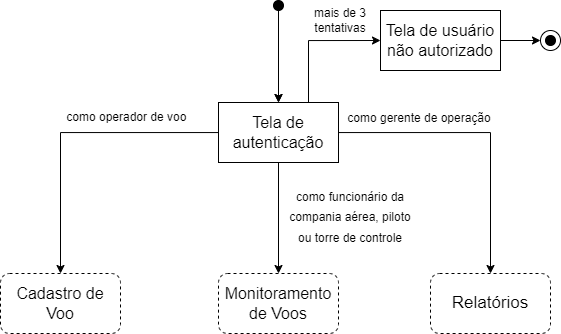
Before: docs/images/diagrama_navegacao_geral.png, a diagram exported from draw.io (franos-pj/PCS3643-Grupo7). Source tidied: cells renumbered, new cells last; positions are measured from the earlier drawing's top-left corner, leaving out a move shared by most shapes.
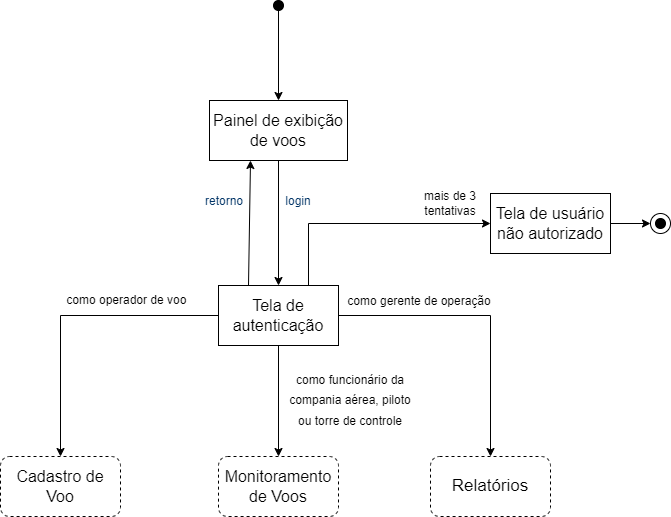
The same diagram one commit later.

What changed in the source:
```diff
@@ -30,13 +30,8 @@
     <mxCell id="9" value="&lt;span style=&quot;font-size: 17px;&quot;&gt;Relatórios&lt;/span&gt;" style="rounded=1;whiteSpace=wrap;html=1;dashed=1;" parent="1" vertex="1">
       <mxGeometry x="430" y="273" width="120" height="60" as="geometry" />
     </mxCell>
-    <mxCell id="10" style="endArrow=classic;html=1;rounded=0;fontSize=17;edgeStyle=orthogonalEdgeStyle;entryX=0.5;entryY=0;entryDx=0;entryDy=0;" parent="1" edge="1" target="6">
-      <mxGeometry relative="1" as="geometry">
-        <mxPoint x="278" y="11" as="sourcePoint" />
-        <Array as="points">
-          <mxPoint x="278" y="11" />
-        </Array>
-      </mxGeometry>
+    <mxCell id="10" style="endArrow=classic;html=1;rounded=0;fontSize=17;edgeStyle=orthogonalEdgeStyle;entryX=0.5;entryY=0;entryDx=0;entryDy=0;exitX=0.5;exitY=1;exitDx=0;exitDy=0;" parent="1" edge="1" source="21" target="6">
+      <mxGeometry relative="1" as="geometry" />
     </mxCell>
     <mxCell id="11" value="&lt;font style=&quot;font-size: 12px;&quot;&gt;como operador de voo&amp;nbsp;&lt;/font&gt;" style="text;html=1;strokeColor=none;fillColor=none;align=center;verticalAlign=middle;whiteSpace=wrap;rounded=0;fontSize=17;" parent="1" vertex="1">
       <mxGeometry x="38" y="101" width="180" height="30" as="geometry" />
@@ -47,26 +42,40 @@
     <mxCell id="13" value="&lt;font style=&quot;font-size: 12px;&quot;&gt;como funcionário da compania aérea, piloto ou torre de controle&lt;/font&gt;" style="text;html=1;strokeColor=none;fillColor=none;align=center;verticalAlign=middle;whiteSpace=wrap;rounded=0;fontSize=17;" parent="1" vertex="1">
       <mxGeometry x="280" y="171" width="140" height="90" as="geometry" />
     </mxCell>
-    <mxCell id="14" style="edgeStyle=orthogonalEdgeStyle;rounded=0;jettySize=auto;html=1;fontSize=14;" parent="1" edge="1" source="15" target="6">
+    <mxCell id="14" style="edgeStyle=orthogonalEdgeStyle;rounded=0;jettySize=auto;html=1;fontSize=14;entryX=0.5;entryY=0;entryDx=0;entryDy=0;" parent="1" edge="1" source="15" target="21">
       <mxGeometry relative="1" as="geometry" />
     </mxCell>
     <mxCell id="15" style="ellipse;whiteSpace=wrap;html=1;rounded=0;fontSize=14;gradientColor=none;fillColor=#000000;" parent="1" vertex="1">
-      <mxGeometry x="273" width="10" height="10" as="geometry" />
+      <mxGeometry x="273" y="-183" width="10" height="10" as="geometry" />
     </mxCell>
     <mxCell id="16" value="&lt;span style=&quot;color: rgb(0, 0, 0); font-weight: 400;&quot;&gt;mais de 3 tentativas&lt;/span&gt;" style="text;html=1;strokeColor=none;fillColor=none;align=center;verticalAlign=middle;whiteSpace=wrap;rounded=0;fontColor=#003366;fontStyle=1;" parent="1" vertex="1">
-      <mxGeometry x="290" width="100" height="40.5" as="geometry" />
+      <mxGeometry x="400" width="100" height="40.5" as="geometry" />
     </mxCell>
     <mxCell id="17" style="ellipse;whiteSpace=wrap;html=1;fillColor=none;" parent="1" vertex="1">
-      <mxGeometry x="540" y="30" width="20" height="20" as="geometry" />
+      <mxGeometry x="650" y="30" width="20" height="20" as="geometry" />
     </mxCell>
     <mxCell id="18" style="ellipse;whiteSpace=wrap;html=1;rounded=0;fontSize=14;gradientColor=none;fillColor=#000000;" parent="1" vertex="1">
-      <mxGeometry x="545" y="35" width="10" height="10" as="geometry" />
+      <mxGeometry x="655" y="35" width="10" height="10" as="geometry" />
     </mxCell>
     <mxCell id="19" style="edgeStyle=orthogonalEdgeStyle;rounded=0;jettySize=auto;html=1;exitX=1;exitY=0.5;exitDx=0;exitDy=0;entryX=0;entryY=0.5;entryDx=0;entryDy=0;fontSize=12;" parent="1" edge="1" source="20" target="17">
       <mxGeometry relative="1" as="geometry" />
     </mxCell>
     <mxCell id="20" value="&lt;span style=&quot;font-size: 16px;&quot;&gt;Tela de usuário não autorizado&lt;/span&gt;" style="rounded=0;whiteSpace=wrap;html=1;" parent="1" vertex="1">
-      <mxGeometry x="380" y="10" width="120" height="60" as="geometry" />
+      <mxGeometry x="490" y="10" width="120" height="60" as="geometry" />
     </mxCell>
+    <mxCell id="21" value="&lt;span style=&quot;font-size: 16px;&quot;&gt;Painel de exibição de voos&lt;/span&gt;" style="rounded=0;whiteSpace=wrap;html=1;" parent="1" vertex="1">
+      <mxGeometry x="209" y="-83" width="138" height="60" as="geometry" />
+    </mxCell>
+    <mxCell id="22" style="endArrow=classic;html=1;rounded=0;exitX=0.25;exitY=0;exitDx=0;exitDy=0;" parent="1" edge="1" source="6">
+      <mxGeometry relative="1" as="geometry">
+        <mxPoint x="250" y="-23" as="targetPoint" />
+      </mxGeometry>
+    </mxCell>
+    <mxCell id="23" value="&lt;font color=&quot;#003366&quot;&gt;retorno&lt;/font&gt;" style="text;html=1;strokeColor=none;fillColor=none;align=center;verticalAlign=middle;whiteSpace=wrap;rounded=0;" parent="1" vertex="1">
+      <mxGeometry x="194" y="-5.2" width="59.5" height="45.8" as="geometry" />
+    </mxCell>
+    <mxCell id="24" value="&lt;font color=&quot;#003366&quot;&gt;login&lt;/font&gt;" style="text;html=1;strokeColor=none;fillColor=none;align=center;verticalAlign=middle;whiteSpace=wrap;rounded=0;" parent="1" vertex="1">
+      <mxGeometry x="268" y="-5.2" width="59.5" height="45.8" as="geometry" />
+    </mxCell>
   </root>
 </mxGraphModel>
```
